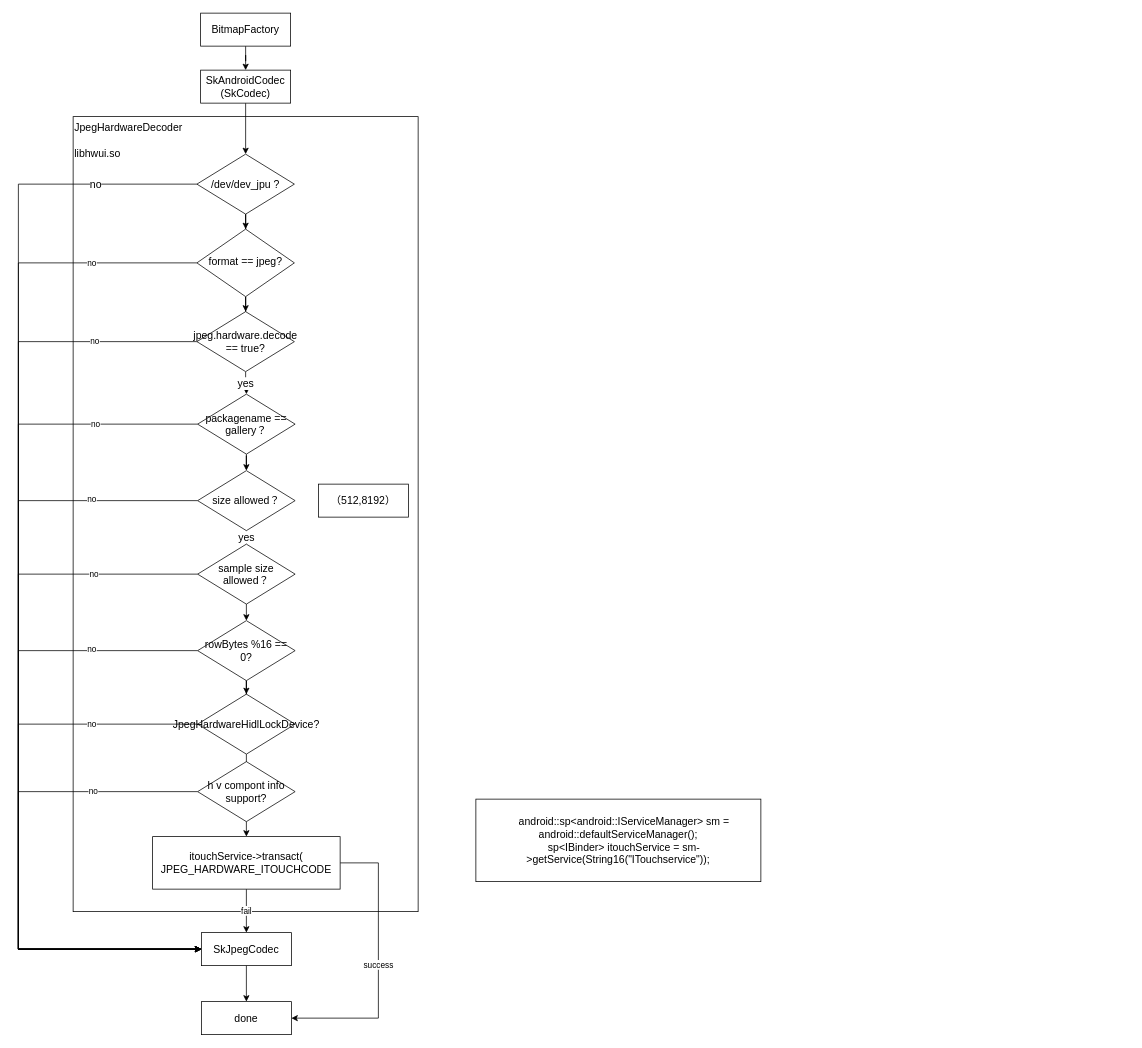
Before: page "jpeg hardware" (2 of 4) of design.drawio in ccfriend/av_lab, a draw.io diagram. Source tidied: cells renumbered, new cells numbered last; positions are measured from the earlier drawing's top-left corner, leaving out a move shared by most shapes. Both pictures are drawn from the tidied source at 75%, with x=0, y=0 at pixel (18, 13).
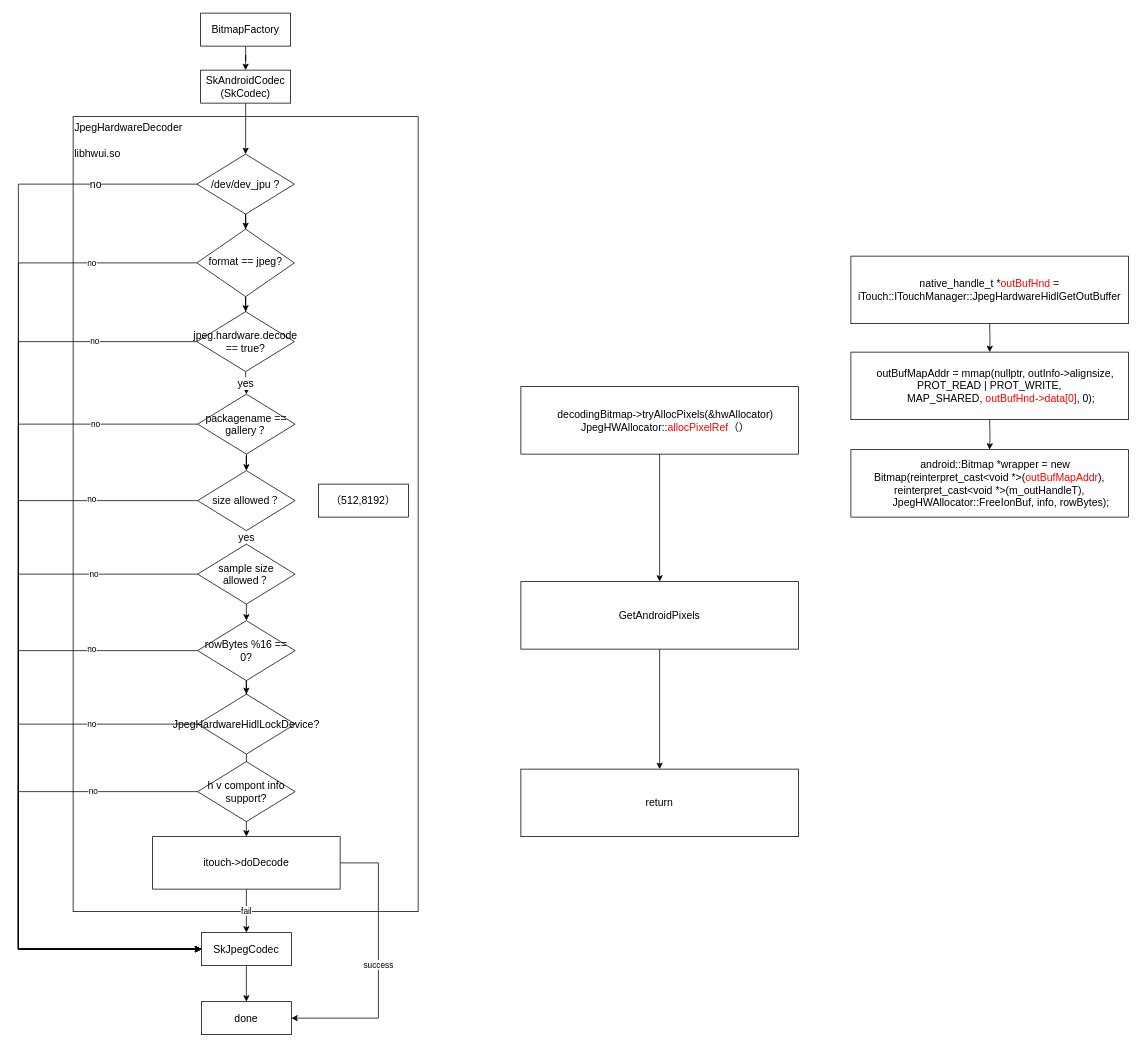
Above is the later version.

The edit, as a diff of the source:
```diff
@@
-    <mxCell id="37" value="itouchService-&amp;gt;transact( JPEG_HARDWARE_ITOUCHCODE" style="rounded=0;whiteSpace=wrap;html=1;fontSize=14;glass=0;strokeWidth=1;shadow=0;" parent="1" vertex="1">
+    <mxCell id="37" value="itouch-&amp;gt;doDecode" style="rounded=0;whiteSpace=wrap;html=1;fontSize=14;glass=0;strokeWidth=1;shadow=0;" parent="1" vertex="1">
       <mxGeometry x="179" y="1098" width="250" height="70" as="geometry" />
     </mxCell>
@@
-    <mxCell id="40" value="&lt;div&gt;&amp;nbsp; &amp;nbsp; android::sp&amp;lt;android::IServiceManager&amp;gt; sm = android::defaultServiceManager();&lt;/div&gt;&lt;div&gt;&amp;nbsp; &amp;nbsp; sp&amp;lt;IBinder&amp;gt; itouchService = sm-&amp;gt;getService(String16(&quot;ITouchservice&quot;));&lt;/div&gt;" style="rounded=0;whiteSpace=wrap;html=1;fontSize=14;glass=0;strokeWidth=1;shadow=0;" parent="1" vertex="1">
-      <mxGeometry x="610" y="1048" width="380" height="110" as="geometry" />
-    </mxCell>
+    <mxCell id="41" style="edgeStyle=orthogonalEdgeStyle;rounded=0;jettySize=auto;html=1;fontColor=#FF0000;" parent="1" edge="1" source="42" target="46">
+      <mxGeometry relative="1" as="geometry" />
+    </mxCell>
+    <mxCell id="42" value="&lt;div&gt;&amp;nbsp; &amp;nbsp; decodingBitmap-&amp;gt;tryAllocPixels(&amp;amp;hwAllocator)&lt;/div&gt;&lt;div&gt;&amp;nbsp; &amp;nbsp; JpegHWAllocator::&lt;font color=&quot;#ff0000&quot;&gt;allocPixelRef&lt;/font&gt;（）&lt;/div&gt;" style="rounded=0;whiteSpace=wrap;html=1;fontSize=14;glass=0;strokeWidth=1;shadow=0;" parent="1" vertex="1">
+      <mxGeometry x="670" y="498" width="370" height="90" as="geometry" />
+    </mxCell>
+    <mxCell id="43" value="native_handle_t *&lt;font color=&quot;#ff0000&quot;&gt;outBufHnd &lt;/font&gt;= iTouch::ITouchManager::JpegHardwareHidlGetOutBuffer" style="rounded=0;whiteSpace=wrap;html=1;fontSize=14;glass=0;strokeWidth=1;shadow=0;" parent="1" vertex="1">
+      <mxGeometry x="1110" y="324" width="370" height="90" as="geometry" />
+    </mxCell>
+    <mxCell id="44" value="return" style="rounded=0;whiteSpace=wrap;html=1;fontSize=14;glass=0;strokeWidth=1;shadow=0;" parent="1" vertex="1">
+      <mxGeometry x="670" y="1008" width="370" height="90" as="geometry" />
+    </mxCell>
+    <mxCell id="45" style="edgeStyle=orthogonalEdgeStyle;rounded=0;jettySize=auto;html=1;fontColor=#FF0000;endArrow=classic;endFill=1;" parent="1" edge="1" source="46" target="44">
+      <mxGeometry relative="1" as="geometry" />
+    </mxCell>
+    <mxCell id="46" value="GetAndroidPixels" style="rounded=0;whiteSpace=wrap;html=1;fontSize=14;glass=0;strokeWidth=1;shadow=0;" parent="1" vertex="1">
+      <mxGeometry x="670" y="758" width="370" height="90" as="geometry" />
+    </mxCell>
+    <mxCell id="47" style="edgeStyle=orthogonalEdgeStyle;rounded=0;jettySize=auto;html=1;" parent="1" edge="1" target="48">
+      <mxGeometry relative="1" as="geometry">
+        <mxPoint x="1295" y="414" as="sourcePoint" />
+      </mxGeometry>
+    </mxCell>
+    <mxCell id="48" value="&lt;div&gt;&amp;nbsp; &amp;nbsp; outBufMapAddr = mmap(nullptr, outInfo-&amp;gt;alignsize, PROT_READ | PROT_WRITE,&lt;/div&gt;&lt;div&gt;&amp;nbsp; &amp;nbsp; &amp;nbsp; &amp;nbsp; MAP_SHARED, &lt;font color=&quot;#ff0000&quot;&gt;outBufHnd-&amp;gt;data[0]&lt;/font&gt;, 0);&lt;/div&gt;" style="rounded=0;whiteSpace=wrap;html=1;fontSize=14;glass=0;strokeWidth=1;shadow=0;" parent="1" vertex="1">
+      <mxGeometry x="1110" y="452" width="370" height="90" as="geometry" />
+    </mxCell>
+    <mxCell id="49" value="&lt;div&gt;&amp;nbsp; &amp;nbsp; android::Bitmap *wrapper = new Bitmap(reinterpret_cast&amp;lt;void *&amp;gt;(&lt;font color=&quot;#ff0000&quot;&gt;outBufMapAddr&lt;/font&gt;), reinterpret_cast&amp;lt;void *&amp;gt;(m_outHandleT),&lt;/div&gt;&lt;div&gt;&amp;nbsp; &amp;nbsp; &amp;nbsp; &amp;nbsp; JpegHWAllocator::FreeIonBuf, info, rowBytes);&lt;/div&gt;" style="rounded=0;whiteSpace=wrap;html=1;fontSize=14;glass=0;strokeWidth=1;shadow=0;" parent="1" vertex="1">
+      <mxGeometry x="1110" y="582" width="370" height="90" as="geometry" />
+    </mxCell>
+    <mxCell id="50" style="edgeStyle=orthogonalEdgeStyle;rounded=0;jettySize=auto;html=1;entryX=0.5;entryY=0;entryDx=0;entryDy=0;fontColor=#FF0000;" parent="1" edge="1" target="49">
+      <mxGeometry relative="1" as="geometry">
+        <mxPoint x="1295" y="542" as="sourcePoint" />
+      </mxGeometry>
+    </mxCell>
```
